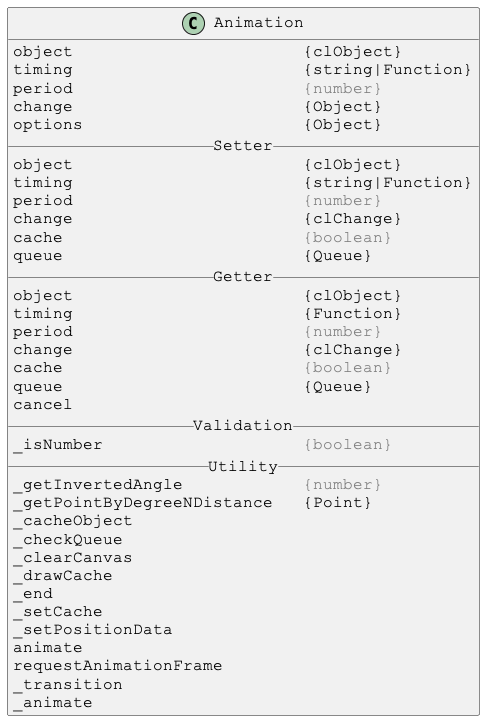
Earlier version of the PlantUML export docs/PlantUml/image/Animation.png (Justin-Byrne/canvasLab).
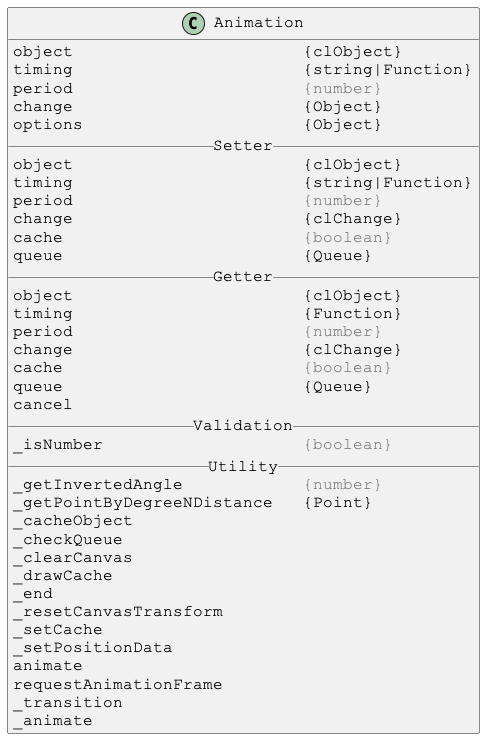
After the commit.

What changed in the source:
```diff
@@ -34,6 +34,7 @@
 _clearCanvas
 _drawCache
 _end
+_resetCanvasTransform
 _setCache
 _setPositionData
 animate
```
